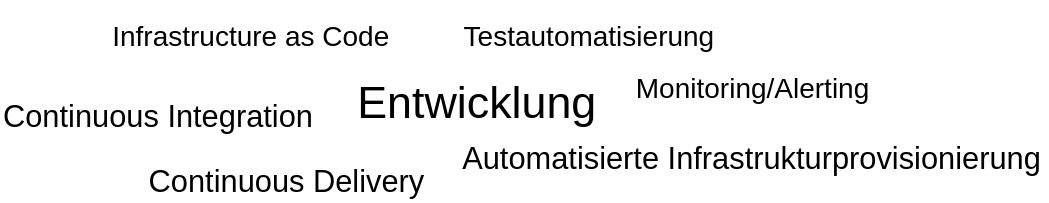
This is img/diagram_11.svg from iteratec/techcamp-devops-slides, a draw.io export, as it was before one commit. Source tidied: cells renumbered, new cells last; positions are measured from the earlier drawing's top-left corner, leaving out a move shared by most shapes.
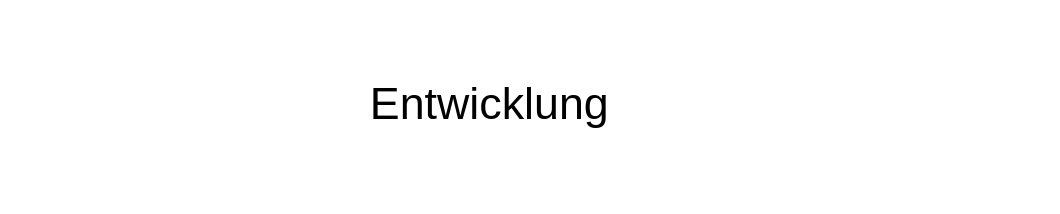
The same diagram one commit later.

Diff of the diagram source:
```diff
@@ -2,29 +2,14 @@
   <root>
     <mxCell id="0" />
     <mxCell id="1" parent="0" />
-    <mxCell id="2" value="Entwicklung" style="text;html=1;align=left;verticalAlign=top;spacingTop=-4;fontSize=32;" parent="1" vertex="1">
-      <mxGeometry x="252.5" y="49.5" width="120" height="30" as="geometry" />
+    <mxCell id="2" style="rounded=0;whiteSpace=wrap;html=1;shadow=0;comic=1;strokeWidth=1;fontSize=32;align=center;fillColor=none;strokeColor=none;" parent="1" vertex="1">
+      <mxGeometry x="-9" y="-2" width="756" height="152" as="geometry" />
     </mxCell>
-    <mxCell id="3" value="&lt;div&gt;Infrastructure as Code&lt;/div&gt;" style="text;html=1;align=left;verticalAlign=top;spacingTop=-4;fontSize=20;" parent="1" vertex="1">
-      <mxGeometry x="77.5" y="9.5" width="220" height="30" as="geometry" />
+    <mxCell id="3" value="Entwicklung" style="text;html=1;align=left;verticalAlign=top;spacingTop=-4;fontSize=32;" parent="1" vertex="1">
+      <mxGeometry x="252.5" y="49.5" width="120" height="30" as="geometry" />
     </mxCell>
     <mxCell id="4" value="&lt;div&gt;&lt;br&gt;&lt;/div&gt;" style="text;html=1;align=left;verticalAlign=top;spacingTop=-4;fontSize=32;" parent="1" vertex="1">
       <mxGeometry x="443.5" y="-0.5" width="20" height="40" as="geometry" />
     </mxCell>
-    <mxCell id="5" value="Testautomatisierung" style="text;html=1;align=left;verticalAlign=top;spacingTop=-4;fontSize=20;" parent="1" vertex="1">
-      <mxGeometry x="329" y="9.5" width="190" height="30" as="geometry" />
-    </mxCell>
-    <mxCell id="6" value="Monitoring/Alerting" style="text;html=1;align=left;verticalAlign=top;spacingTop=-4;fontSize=20;" parent="1" vertex="1">
-      <mxGeometry x="452" y="47" width="180" height="30" as="geometry" />
-    </mxCell>
-    <mxCell id="7" value="&lt;font style=&quot;font-size: 22px&quot;&gt;Continuous Integration&lt;br&gt;&lt;/font&gt;" style="text;html=1;align=left;verticalAlign=top;spacingTop=-4;fontSize=32;" parent="1" vertex="1">
-      <mxGeometry y="57" width="230" height="40" as="geometry" />
-    </mxCell>
-    <mxCell id="8" value="&lt;font style=&quot;font-size: 22px&quot;&gt;Continuous Delivery&lt;br&gt;&lt;/font&gt;" style="text;html=1;align=left;verticalAlign=top;spacingTop=-4;fontSize=32;" parent="1" vertex="1">
-      <mxGeometry x="104" y="103" width="210" height="40" as="geometry" />
-    </mxCell>
-    <mxCell id="9" value="Automatisierte Infrastrukturprovisionierung" style="text;html=1;align=left;verticalAlign=top;spacingTop=-4;fontSize=22;" parent="1" vertex="1">
-      <mxGeometry x="327.5" y="97" width="420" height="30" as="geometry" />
-    </mxCell>
   </root>
 </mxGraphModel>
```
